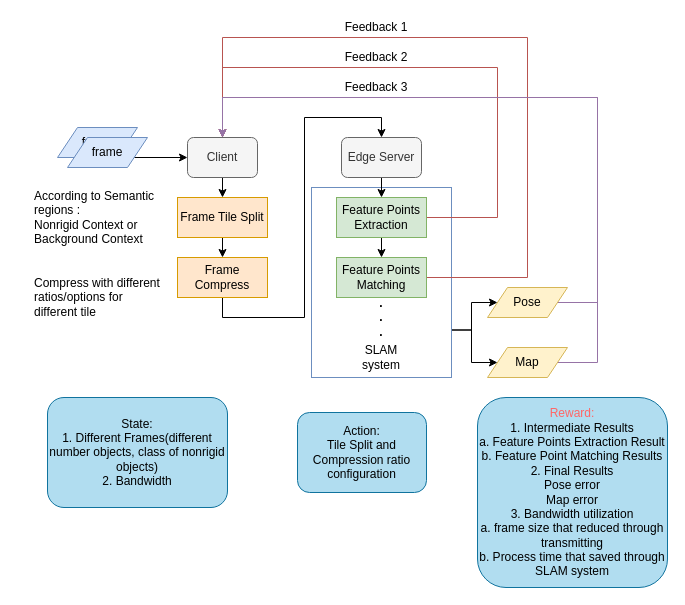
This is SLAM.drawio from Yvonne0413/HRNet-FCOS, a draw.io file, before an edit. Source tidied: cells renumbered, new cells numbered last; positions are measured from the earlier drawing's top-left corner, leaving out a move shared by most shapes. Both pictures are drawn from the tidied source at 100%, with x=0, y=0 at pixel (32, 17).
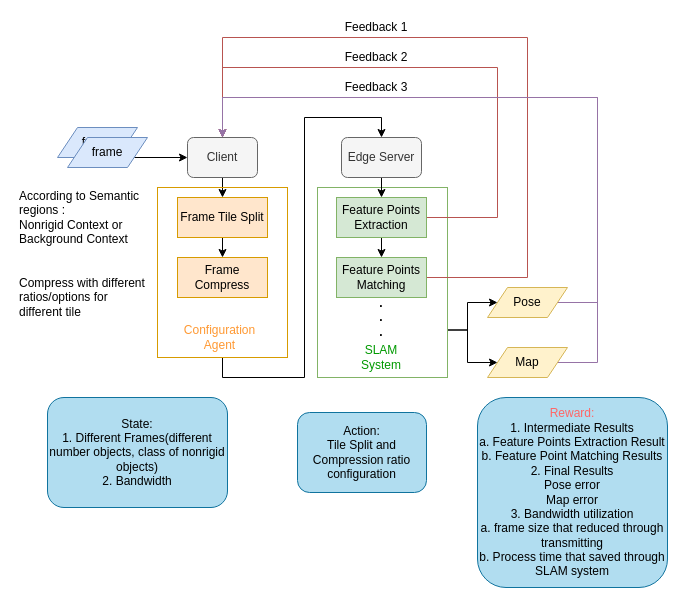
After the change.

The change refers to these unchanged cells:
```xml
<mxCell id="8" value="Edge Server" style="rounded=1;whiteSpace=wrap;html=1;fillColor=#f5f5f5;strokeColor=#666666;fontColor=#333333;" parent="1" vertex="1">
  <mxGeometry x="309" y="120" width="80" height="40" as="geometry" />
</mxCell>
<mxCell id="20" value="Frame Compress" style="rounded=0;whiteSpace=wrap;html=1;strokeColor=#d79b00;strokeWidth=1;fillColor=#ffe6cc;" parent="1" vertex="1">
  <mxGeometry x="145" y="240" width="90" height="40" as="geometry" />
</mxCell>
```

Change to the diagram source:
```diff
@@
-    <mxCell id="4" style="rounded=0;whiteSpace=wrap;html=1;strokeColor=#6C8EBF;strokeWidth=1;fillColor=none;" parent="1" vertex="1">
-      <mxGeometry x="279" y="170" width="140" height="190" as="geometry" />
+    <mxCell id="4" style="rounded=0;whiteSpace=wrap;html=1;strokeColor=#82b366;strokeWidth=1;fillColor=none;" parent="1" vertex="1">
+      <mxGeometry x="285" y="170" width="130" height="190" as="geometry" />
     </mxCell>
@@
-    <mxCell id="19" style="edgeStyle=orthogonalEdgeStyle;rounded=0;jettySize=auto;html=1;exitX=0.5;exitY=1;exitDx=0;exitDy=0;entryX=0.5;entryY=0;entryDx=0;entryDy=0;" parent="1" edge="1" source="20" target="8">
-      <mxGeometry relative="1" as="geometry" />
+    <mxCell id="19" style="edgeStyle=orthogonalEdgeStyle;rounded=0;jettySize=auto;html=1;exitX=0.5;exitY=1;exitDx=0;exitDy=0;entryX=0.5;entryY=0;entryDx=0;entryDy=0;" parent="1" edge="1" source="35" target="8">
+      <mxGeometry relative="1" as="geometry">
+        <Array as="points">
+          <mxPoint x="190" y="360" />
+          <mxPoint x="272" y="360" />
+          <mxPoint x="272" y="100" />
+          <mxPoint x="349" y="100" />
+        </Array>
+      </mxGeometry>
     </mxCell>
@@
     <mxCell id="21" value="According to Semantic regions :&lt;br&gt;Nonrigid Context or Background Context" style="text;html=1;strokeColor=none;fillColor=none;align=left;verticalAlign=middle;whiteSpace=wrap;rounded=0;" parent="1" vertex="1">
-      <mxGeometry y="170" width="130" height="60" as="geometry" />
+      <mxGeometry x="-15" y="170" width="130" height="60" as="geometry" />
     </mxCell>
     <mxCell id="22" value="Compress with different ratios/options for different tile" style="text;html=1;strokeColor=none;fillColor=none;align=left;verticalAlign=middle;whiteSpace=wrap;rounded=0;" parent="1" vertex="1">
-      <mxGeometry y="250" width="130" height="60" as="geometry" />
+      <mxGeometry x="-15" y="250" width="130" height="60" as="geometry" />
     </mxCell>
@@
-    <mxCell id="24" value="SLAM system" style="text;html=1;strokeColor=none;fillColor=none;align=center;verticalAlign=middle;whiteSpace=wrap;rounded=0;" parent="1" vertex="1">
+    <mxCell id="24" value="SLAM System" style="text;html=1;strokeColor=none;fillColor=none;align=center;verticalAlign=middle;whiteSpace=wrap;rounded=0;fontColor=#009900;" parent="1" vertex="1">
       <mxGeometry x="329" y="330" width="40" height="20" as="geometry" />
     </mxCell>
@@
+    <mxCell id="35" style="rounded=0;whiteSpace=wrap;html=1;strokeColor=#d79b00;strokeWidth=1;fillColor=none;" parent="1" vertex="1">
+      <mxGeometry x="125" y="170" width="130" height="170" as="geometry" />
+    </mxCell>
+    <mxCell id="36" value="Configuration Agent" style="text;html=1;strokeColor=none;fillColor=none;align=center;verticalAlign=middle;whiteSpace=wrap;rounded=0;fontColor=#FF9933;" parent="1" vertex="1">
+      <mxGeometry x="145" y="310" width="85" height="20" as="geometry" />
+    </mxCell>
```
